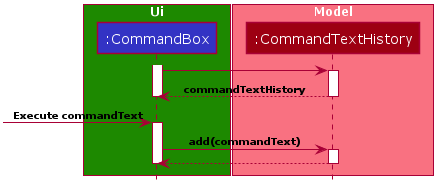
Above: docs/images/UpDownSequenceDiagramAdd.png in nus-cs2103-AY1920S2/addressbook-level3 (PlantUML), before the change. Its diagram source:
```plantuml
@startuml










skinparam BackgroundColor #FFFFFFF

skinparam Shadowing false

skinparam Class {
    FontColor #FFFFFF
    BorderThickness 1
    BorderColor #FFFFFF
    StereotypeFontColor #FFFFFF
    FontName Verdana
    AttributeFontColor #FFFFFF
}

skinparam Actor {
    BorderColor #000000
    Color #000000
    FontName Verdana
}

skinparam Sequence {
    MessageAlign center
    BoxFontSize 12
    BoxPadding 0
    BoxFontColor #FFFFFF
    FontName Verdana
}

skinparam Participant {
    FontColor #FFFFFFF
    Padding 20
}

skinparam GenericDisplay zz

skinparam ArrowFontSize 10
skinparam ArrowFontStyle bold

skinparam NoteBackgroundColor ghostwhite
skinparam NoteBorderColor #3333C4
skinparam DefaultFontName Verdana

skinparam MinClassWidth 50
skinparam ParticipantPadding 10
skinparam Shadowing false
skinparam DefaultTextAlignment center
skinparam packageStyle Rectangle
skinparam classAttributeIconSize 0
skinparam genericDisplay old

hide footbox
hide members
hide circle

box "Ui" #1D8900
participant ":CommandBox" as CommandBox #3333C4
end box

box "Model" #F97181
participant ":CommandTextHistory" as CommandTextHistory #9D0012
end box

activate CommandBox
CommandBox->CommandTextHistory
activate CommandTextHistory
CommandTextHistory-->CommandBox:commandTextHistory
deactivate CommandTextHistory
deactivate CommandBox

[->CommandBox : Execute commandText
activate CommandBox
CommandBox->CommandTextHistory:add(commandText)
activate CommandTextHistory
CommandTextHistory-->CommandBox
deactivate CommandTextHistory
deactivate CommandBox

@enduml
```
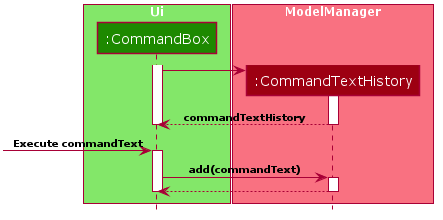
The same file after the commit.

The edit, as a diff of the source:
```diff
@@ -62,15 +62,16 @@
 hide members
 hide circle
 
-box "Ui" #1D8900
-participant ":CommandBox" as CommandBox #3333C4
+box "Ui" #83E769
+participant ":CommandBox" as CommandBox #1D8900
 end box
 
-box "Model" #F97181
+box "ModelManager" #F97181
 participant ":CommandTextHistory" as CommandTextHistory #9D0012
 end box
 
 activate CommandBox
+create CommandTextHistory
 CommandBox->CommandTextHistory
 activate CommandTextHistory
 CommandTextHistory-->CommandBox:commandTextHistory
```
